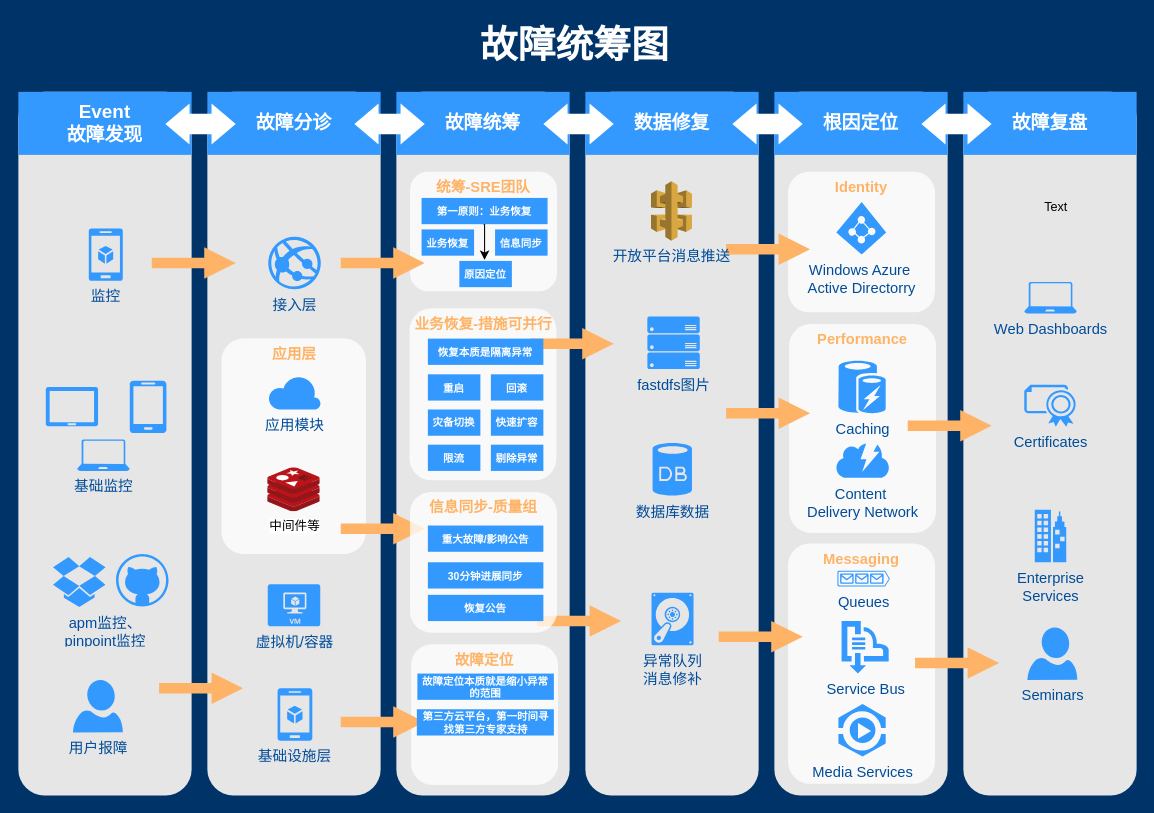
This is Untitled Diagram.drawio from xiaxuetian11/draw, a draw.io file, before an edit. Source tidied: cells renumbered, new cells numbered last; positions are measured from the earlier drawing's top-left corner, leaving out a move shared by most shapes. Both pictures are drawn from the tidied source at 105%, with x=0, y=0 at pixel (18, 18).
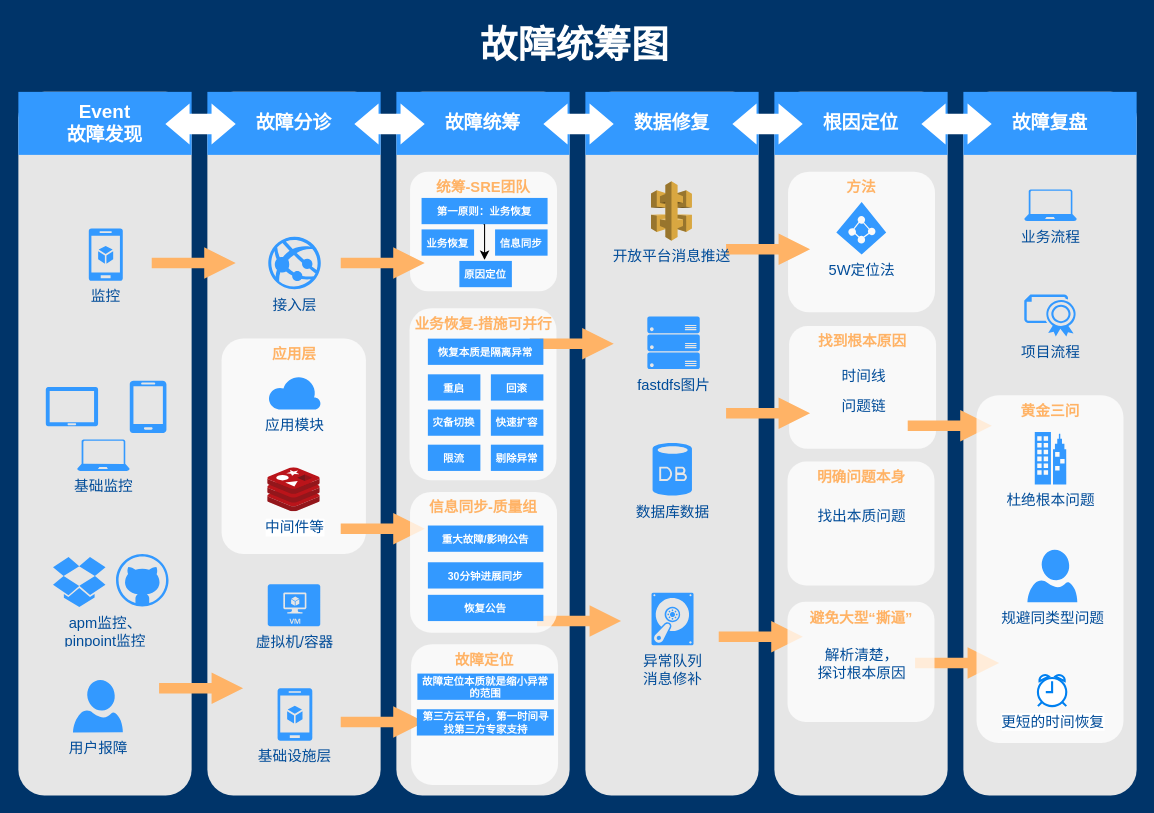
The same diagram, later.

Commit message:
故障处理统筹图

What changed in the source:
```diff
@@
-    <mxCell id="36" value="Identity" style="rounded=1;whiteSpace=wrap;html=1;dashed=1;strokeColor=none;strokeWidth=2;fillColor=#FFFFFF;fontFamily=Helvetica;fontSize=14;fontColor=#FFB366;opacity=75;verticalAlign=top;fontStyle=1;" parent="1" vertex="1">
+    <mxCell id="36" value="方法" style="rounded=1;whiteSpace=wrap;html=1;dashed=1;strokeColor=none;strokeWidth=2;fillColor=#FFFFFF;fontFamily=Helvetica;fontSize=14;fontColor=#FFB366;opacity=75;verticalAlign=top;fontStyle=1;" parent="1" vertex="1">
       <mxGeometry x="733" y="146" width="140" height="134" as="geometry" />
     </mxCell>
-    <mxCell id="37" value="Windows Azure&amp;nbsp;&lt;div&gt;Active Directorry&lt;/div&gt;" style="verticalLabelPosition=bottom;html=1;verticalAlign=top;strokeColor=none;fillColor=#3399FF;shape=mxgraph.azure.azure_active_directory;dashed=1;fontFamily=Helvetica;fontSize=14;fontColor=#004C99;" parent="1" vertex="1">
+    <mxCell id="37" value="5W定位法" style="verticalLabelPosition=bottom;html=1;verticalAlign=top;strokeColor=none;fillColor=#3399FF;shape=mxgraph.azure.azure_active_directory;dashed=1;fontFamily=Helvetica;fontSize=14;fontColor=#004C99;" parent="1" vertex="1">
       <mxGeometry x="779" y="175" width="47.5" height="50" as="geometry" />
     </mxCell>
-    <mxCell id="38" value="Performance" style="rounded=1;whiteSpace=wrap;html=1;dashed=1;strokeColor=none;strokeWidth=2;fillColor=#FFFFFF;fontFamily=Helvetica;fontSize=14;fontColor=#FFB366;opacity=75;verticalAlign=top;fontStyle=1;" parent="1" vertex="1">
-      <mxGeometry x="734" y="291" width="140" height="199" as="geometry" />
+    <mxCell id="38" value="找到根本原因" style="rounded=1;whiteSpace=wrap;html=1;dashed=1;strokeColor=none;strokeWidth=2;fillColor=#FFFFFF;fontFamily=Helvetica;fontSize=14;fontColor=#FFB366;opacity=75;verticalAlign=top;fontStyle=1;" parent="1" vertex="1">
+      <mxGeometry x="734" y="293" width="140" height="117" as="geometry" />
     </mxCell>
-    <mxCell id="39" value="Caching" style="verticalLabelPosition=bottom;html=1;verticalAlign=top;strokeColor=none;fillColor=#3399FF;shape=mxgraph.azure.azure_cache;dashed=1;fontFamily=Helvetica;fontSize=14;fontColor=#004C99;" parent="1" vertex="1">
-      <mxGeometry x="781" y="326" width="45" height="50" as="geometry" />
-    </mxCell>
-    <mxCell id="40" value="Content&amp;nbsp;&lt;div&gt;Delivery Network&lt;/div&gt;" style="verticalLabelPosition=bottom;html=1;verticalAlign=top;strokeColor=none;fillColor=#3399FF;shape=mxgraph.azure.content_delivery_network;dashed=1;fontFamily=Helvetica;fontSize=14;fontColor=#004C99;" parent="1" vertex="1">
-      <mxGeometry x="779" y="405" width="50" height="32.5" as="geometry" />
-    </mxCell>
-    <mxCell id="41" value="Messaging" style="rounded=1;whiteSpace=wrap;html=1;dashed=1;strokeColor=none;strokeWidth=2;fillColor=#FFFFFF;fontFamily=Helvetica;fontSize=14;fontColor=#FFB366;opacity=75;verticalAlign=top;fontStyle=1;" parent="1" vertex="1">
-      <mxGeometry x="733" y="500" width="140" height="229" as="geometry" />
+    <mxCell id="41" value="明确问题本身" style="rounded=1;whiteSpace=wrap;html=1;dashed=1;strokeColor=none;strokeWidth=2;fillColor=#FFFFFF;fontFamily=Helvetica;fontSize=14;fontColor=#FFB366;opacity=75;verticalAlign=top;fontStyle=1;" parent="1" vertex="1">
+      <mxGeometry x="732.5" y="422" width="140" height="118" as="geometry" />
     </mxCell>
-    <mxCell id="42" value="Queues" style="verticalLabelPosition=bottom;html=1;verticalAlign=top;strokeColor=none;fillColor=#3399FF;shape=mxgraph.azure.queue_generic;dashed=1;fontFamily=Helvetica;fontSize=14;fontColor=#004C99;" parent="1" vertex="1">
-      <mxGeometry x="780" y="526" width="50" height="15" as="geometry" />
-    </mxCell>
-    <mxCell id="43" value="Service Bus" style="verticalLabelPosition=bottom;html=1;verticalAlign=top;strokeColor=none;fillColor=#3399FF;shape=mxgraph.azure.service_bus;dashed=1;fontFamily=Helvetica;fontSize=14;fontColor=#004C99;" parent="1" vertex="1">
-      <mxGeometry x="784" y="574" width="45" height="50" as="geometry" />
-    </mxCell>
-    <mxCell id="44" value="Media Services" style="verticalLabelPosition=bottom;html=1;verticalAlign=top;strokeColor=none;fillColor=#3399FF;shape=mxgraph.azure.media_service;dashed=1;fontFamily=Helvetica;fontSize=14;fontColor=#004C99;" parent="1" vertex="1">
-      <mxGeometry x="781" y="653" width="45" height="50" as="geometry" />
-    </mxCell>
@@
-    <mxCell id="47" value="Web Dashboards" style="verticalLabelPosition=bottom;html=1;verticalAlign=top;strokeColor=none;fillColor=#3399FF;shape=mxgraph.azure.laptop;dashed=1;fontFamily=Helvetica;fontSize=14;fontColor=#004C99;" parent="1" vertex="1">
-      <mxGeometry x="958" y="251" width="50" height="30" as="geometry" />
+    <mxCell id="47" value="业务流程" style="verticalLabelPosition=bottom;html=1;verticalAlign=top;strokeColor=none;fillColor=#3399FF;shape=mxgraph.azure.laptop;dashed=1;fontFamily=Helvetica;fontSize=14;fontColor=#004C99;" parent="1" vertex="1">
+      <mxGeometry x="958" y="163" width="50" height="30" as="geometry" />
     </mxCell>
-    <mxCell id="48" value="Certificates" style="verticalLabelPosition=bottom;html=1;verticalAlign=top;strokeColor=none;fillColor=#3399FF;shape=mxgraph.azure.certificate;dashed=1;fontFamily=Helvetica;fontSize=14;fontColor=#004C99;" parent="1" vertex="1">
-      <mxGeometry x="958" y="349" width="50" height="40" as="geometry" />
+    <mxCell id="48" value="项目流程" style="verticalLabelPosition=bottom;html=1;verticalAlign=top;strokeColor=none;fillColor=#3399FF;shape=mxgraph.azure.certificate;dashed=1;fontFamily=Helvetica;fontSize=14;fontColor=#004C99;" parent="1" vertex="1">
+      <mxGeometry x="958" y="263" width="50" height="40" as="geometry" />
     </mxCell>
-    <mxCell id="49" value="Enterprise&lt;div&gt;Services&lt;/div&gt;" style="verticalLabelPosition=bottom;html=1;verticalAlign=top;strokeColor=none;fillColor=#3399FF;shape=mxgraph.azure.enterprise;dashed=1;fontFamily=Helvetica;fontSize=14;fontColor=#004C99;" parent="1" vertex="1">
-      <mxGeometry x="968" y="468" width="30" height="50" as="geometry" />
-    </mxCell>
-    <mxCell id="50" value="Seminars" style="verticalLabelPosition=bottom;html=1;verticalAlign=top;strokeColor=none;fillColor=#3399FF;shape=mxgraph.azure.user;dashed=1;fontFamily=Helvetica;fontSize=14;fontColor=#004C99;" parent="1" vertex="1">
-      <mxGeometry x="961" y="580" width="47.5" height="50" as="geometry" />
-    </mxCell>
@@
-    <mxCell id="62" value="中间件等" style="sketch=0;html=1;align=center;image;fontSize=12;image=img/lib/mscae/Cache_Redis_Product.svg;" parent="1" vertex="1">
+    <mxCell id="62" value="&lt;font style=&quot;font-size: 14px;&quot; color=&quot;#004c99&quot;&gt;中间件等&lt;/font&gt;" style="sketch=0;html=1;align=center;image;fontSize=12;image=img/lib/mscae/Cache_Redis_Product.svg;" parent="1" vertex="1">
       <mxGeometry x="237.5" y="428" width="50" height="42" as="geometry" />
     </mxCell>
-    <mxCell id="63" value="Text" style="text;html=1;align=center;verticalAlign=middle;fillColor=none;strokeColor=none;rounded=0;" parent="1" vertex="1">
-      <mxGeometry x="968" y="170" width="40" height="20" as="geometry" />
-    </mxCell>
@@
+    <mxCell id="85" value="时间线" style="text;html=1;align=center;verticalAlign=middle;fillColor=none;strokeColor=none;rounded=0;fontSize=14;fontColor=#004C99;" parent="1" vertex="1">
+      <mxGeometry x="775" y="331" width="60" height="20" as="geometry" />
+    </mxCell>
+    <mxCell id="86" value="找出本质问题" style="text;html=1;align=center;verticalAlign=middle;fillColor=none;strokeColor=none;rounded=0;fontSize=14;fontColor=#004C99;" parent="1" vertex="1">
+      <mxGeometry x="752.5" y="464" width="100" height="20" as="geometry" />
+    </mxCell>
+    <mxCell id="87" value="避免大型“撕逼”" style="rounded=1;whiteSpace=wrap;html=1;dashed=1;strokeColor=none;strokeWidth=2;fillColor=#FFFFFF;fontFamily=Helvetica;fontSize=14;fontColor=#FFB366;opacity=75;verticalAlign=top;fontStyle=1;" parent="1" vertex="1">
+      <mxGeometry x="732.5" y="555.5" width="140" height="114.5" as="geometry" />
+    </mxCell>
+    <mxCell id="88" value="解析清楚，&lt;br&gt;探讨根本原因" style="text;html=1;align=center;verticalAlign=middle;fillColor=none;strokeColor=none;rounded=0;fontSize=14;fontColor=#004C99;" parent="1" vertex="1">
+      <mxGeometry x="752.5" y="595" width="100" height="40" as="geometry" />
+    </mxCell>
+    <mxCell id="89" value="问题链" style="text;html=1;align=center;verticalAlign=middle;fillColor=none;strokeColor=none;rounded=0;fontSize=14;fontColor=#004C99;" parent="1" vertex="1">
+      <mxGeometry x="775" y="359" width="60" height="20" as="geometry" />
+    </mxCell>
+    <mxCell id="90" value="黄金三问" style="rounded=1;whiteSpace=wrap;html=1;dashed=1;strokeColor=none;strokeWidth=2;fillColor=#FFFFFF;fontFamily=Helvetica;fontSize=14;fontColor=#FFB366;opacity=75;verticalAlign=top;fontStyle=1;" parent="1" vertex="1">
+      <mxGeometry x="912.5" y="359" width="140" height="331" as="geometry" />
+    </mxCell>
+    <mxCell id="91" value="更短的时间恢复" style="html=1;verticalLabelPosition=bottom;align=center;labelBackgroundColor=#ffffff;verticalAlign=top;strokeWidth=2;strokeColor=#0080F0;shadow=0;dashed=0;shape=mxgraph.ios7.icons.alarm_clock;fontSize=14;fontColor=#004C99;" parent="1" vertex="1">
+      <mxGeometry x="971" y="625" width="27" height="30" as="geometry" />
+    </mxCell>
+    <mxCell id="49" value="杜绝根本问题" style="verticalLabelPosition=bottom;html=1;verticalAlign=top;strokeColor=none;fillColor=#3399FF;shape=mxgraph.azure.enterprise;dashed=1;fontFamily=Helvetica;fontSize=14;fontColor=#004C99;" parent="1" vertex="1">
+      <mxGeometry x="968" y="394" width="30" height="50" as="geometry" />
+    </mxCell>
+    <mxCell id="50" value="规避同类型问题" style="verticalLabelPosition=bottom;html=1;verticalAlign=top;strokeColor=none;fillColor=#3399FF;shape=mxgraph.azure.user;dashed=1;fontFamily=Helvetica;fontSize=14;fontColor=#004C99;" parent="1" vertex="1">
+      <mxGeometry x="961" y="506" width="47.5" height="50" as="geometry" />
+    </mxCell>
```
